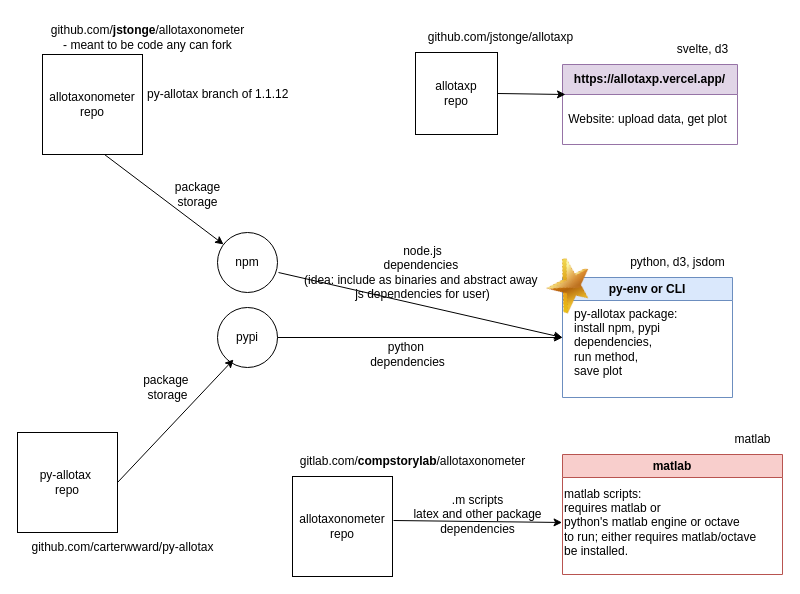
Above: allo_diagram.drawio in carterwward/py-allotax (draw.io), before the change. Source tidied: cells renumbered, new cells numbered last; positions are measured from the earlier drawing's top-left corner, leaving out a move shared by most shapes. Both pictures are drawn from the tidied source at 100%, with x=0, y=0 at pixel (17, 17).
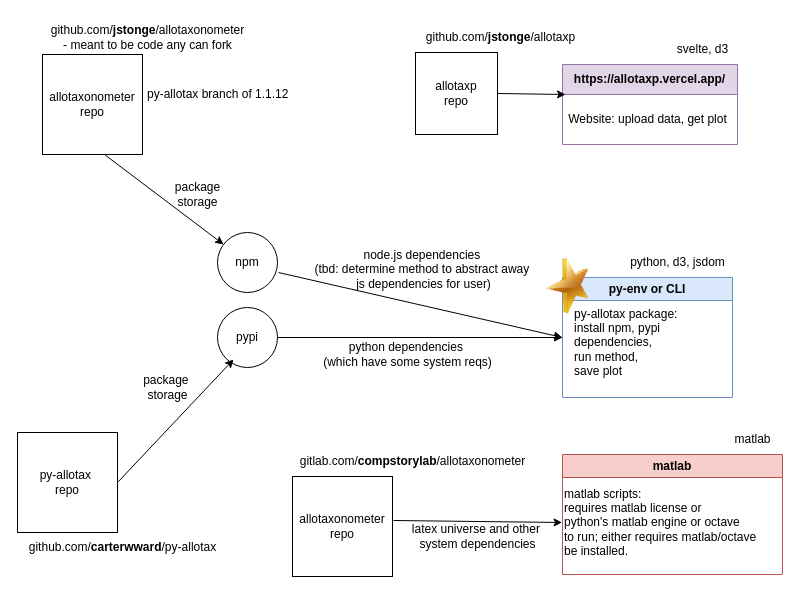
Above is the later version.

The change refers to these unchanged cells:
```xml
<mxCell id="22" value="matlab" style="swimlane;whiteSpace=wrap;html=1;fillColor=#f8cecc;strokeColor=#b85450;" parent="1" vertex="1">
  <mxGeometry x="545" y="437" width="220" height="120" as="geometry" />
</mxCell>
```

Diff of the diagram source:
```diff
@@
-    <mxCell id="10" value="&lt;div&gt;&lt;span style=&quot;background-color: initial;&quot;&gt;github.com/carterwward/py-allotax&lt;/span&gt;&lt;br&gt;&lt;/div&gt;" style="text;html=1;align=center;verticalAlign=middle;strokeColor=none;fillColor=none;" parent="1" vertex="1">
+    <mxCell id="10" value="&lt;div&gt;&lt;span style=&quot;background-color: initial;&quot;&gt;github.com/&lt;b&gt;carterwward&lt;/b&gt;/py-allotax&lt;/span&gt;&lt;br&gt;&lt;/div&gt;" style="text;html=1;align=center;verticalAlign=middle;strokeColor=none;fillColor=none;" parent="1" vertex="1">
       <mxGeometry y="515" width="210" height="30" as="geometry" />
     </mxCell>
@@
-    <mxCell id="20" value="node.js&lt;div&gt;dependencies&amp;nbsp;&lt;/div&gt;&lt;div&gt;(idea: include as binaries and abstract away&amp;nbsp;&lt;/div&gt;&lt;div&gt;js dependencies for user)&lt;/div&gt;" style="text;html=1;align=center;verticalAlign=middle;strokeColor=none;fillColor=none;" parent="1" vertex="1">
-      <mxGeometry x="275" y="220" width="260" height="70" as="geometry" />
+    <mxCell id="20" value="node.js&amp;nbsp;&lt;span style=&quot;background-color: initial;&quot;&gt;dependencies&amp;nbsp;&lt;/span&gt;&lt;div&gt;(tbd: determine method to abstract away&amp;nbsp;&lt;/div&gt;&lt;div&gt;js dependencies for user)&lt;/div&gt;" style="text;html=1;align=center;verticalAlign=middle;strokeColor=none;fillColor=none;" parent="1" vertex="1">
+      <mxGeometry x="286" y="222" width="240" height="60" as="geometry" />
     </mxCell>
-    <mxCell id="21" value="python&amp;nbsp;&lt;div&gt;dependencies&lt;/div&gt;" style="text;html=1;align=center;verticalAlign=middle;strokeColor=none;fillColor=none;" parent="1" vertex="1">
-      <mxGeometry x="340" y="317" width="100" height="40" as="geometry" />
+    <mxCell id="21" value="python&amp;nbsp;&lt;span style=&quot;background-color: initial;&quot;&gt;dependencies&amp;nbsp;&lt;/span&gt;&lt;div&gt;&lt;span style=&quot;background-color: initial;&quot;&gt;(which have some system reqs)&lt;/span&gt;&lt;/div&gt;" style="text;html=1;align=center;verticalAlign=middle;strokeColor=none;fillColor=none;" parent="1" vertex="1">
+      <mxGeometry x="295" y="317" width="190" height="40" as="geometry" />
     </mxCell>
@@
-    <mxCell id="23" value="matlab scripts:&amp;nbsp;&lt;div&gt;requires matlab or&amp;nbsp;&lt;div&gt;python's matlab engine or octave&amp;nbsp;&lt;/div&gt;&lt;div&gt;to run; either requires matlab/octave&amp;nbsp;&lt;/div&gt;&lt;div&gt;be installed.&lt;/div&gt;&lt;/div&gt;" style="text;html=1;align=left;verticalAlign=middle;points=[];strokeColor=none;fillColor=none;" parent="22" vertex="1">
+    <mxCell id="23" value="matlab scripts:&amp;nbsp;&lt;div&gt;requires matlab license or&amp;nbsp;&lt;div&gt;python's matlab engine or octave&amp;nbsp;&lt;/div&gt;&lt;div&gt;to run; either requires matlab/octave&amp;nbsp;&lt;/div&gt;&lt;div&gt;be installed.&lt;/div&gt;&lt;/div&gt;" style="text;html=1;align=left;verticalAlign=middle;points=[];strokeColor=none;fillColor=none;" parent="22" vertex="1">
       <mxGeometry y="23" width="220" height="90" as="geometry" />
     </mxCell>
@@
-    <mxCell id="26" value=".m scripts&lt;div&gt;latex and other package&lt;/div&gt;&lt;div&gt;dependencies&lt;/div&gt;" style="text;html=1;align=center;verticalAlign=middle;strokeColor=none;fillColor=none;" parent="1" vertex="1">
-      <mxGeometry x="385" y="467" width="150" height="60" as="geometry" />
+    <mxCell id="26" value="&lt;div&gt;latex universe and other&amp;nbsp;&lt;/div&gt;&lt;div&gt;system&amp;nbsp;&lt;span style=&quot;background-color: initial;&quot;&gt;dependencies&lt;/span&gt;&lt;/div&gt;" style="text;html=1;align=center;verticalAlign=middle;strokeColor=none;fillColor=none;" parent="1" vertex="1">
+      <mxGeometry x="385" y="499" width="150" height="40" as="geometry" />
     </mxCell>
@@
-    <mxCell id="29" value="github.com/jstonge/allotaxp" style="text;html=1;align=center;verticalAlign=middle;strokeColor=none;fillColor=none;" parent="1" vertex="1">
+    <mxCell id="29" value="github.com/&lt;b&gt;jstonge&lt;/b&gt;/allotaxp" style="text;html=1;align=center;verticalAlign=middle;strokeColor=none;fillColor=none;" parent="1" vertex="1">
       <mxGeometry x="398" y="5" width="170" height="30" as="geometry" />
     </mxCell>
```
